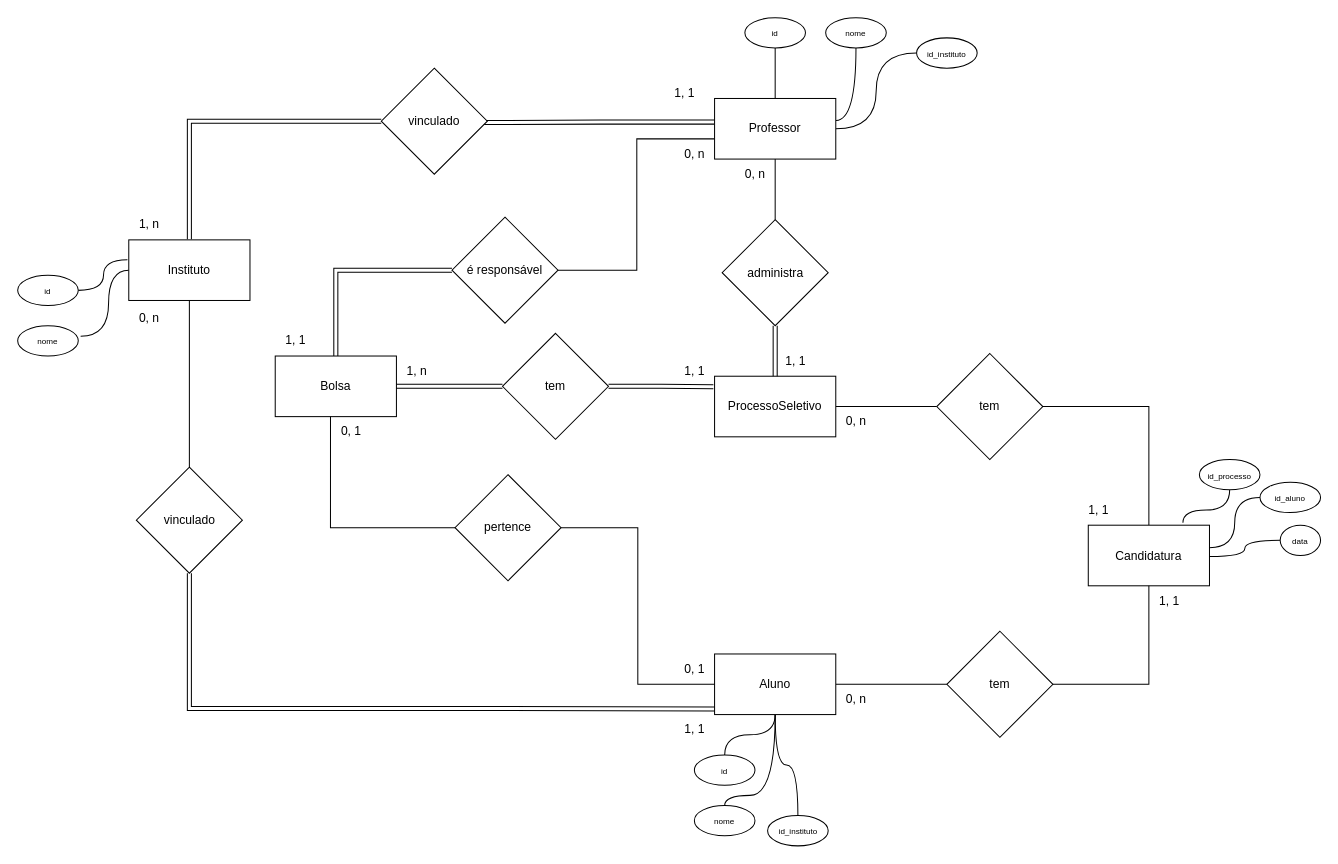
Earlier version of the draw.io diagram Diagrama sem nome.drawio (malucsta/gerenciamento-de-bolsas). Source tidied: cells renumbered, new cells numbered last; positions are measured from the earlier drawing's top-left corner, leaving out a move shared by most shapes. Both pictures are drawn from the tidied source at 101%, with x=0, y=0 at pixel (17, 17).
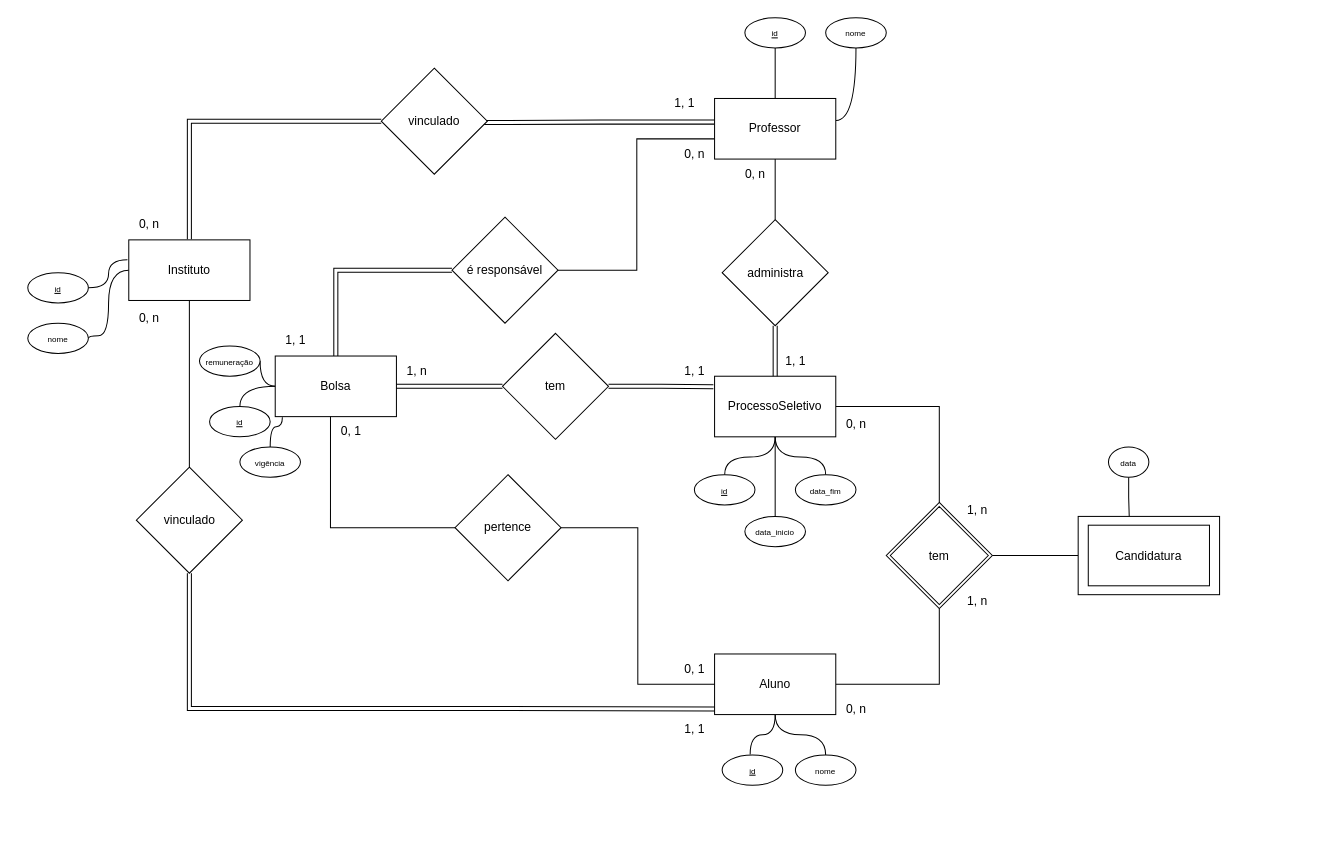
Above is the later version.

Unchanged cells that the change refers to:
```xml
<mxCell id="4" value="Bolsa" style="rounded=0;whiteSpace=wrap;html=1;" parent="1" vertex="1">
  <mxGeometry x="255" y="335" width="120" height="60" as="geometry" />
</mxCell>
<mxCell id="7" value="ProcessoSeletivo" style="rounded=0;whiteSpace=wrap;html=1;" parent="1" vertex="1">
  <mxGeometry x="690" y="355" width="120" height="60" as="geometry" />
</mxCell>
<mxCell id="15" value="Aluno" style="rounded=0;whiteSpace=wrap;html=1;comic=0;fixDash=0;glass=0;shadow=0;" parent="1" vertex="1">
  <mxGeometry x="690" y="630" width="120" height="60" as="geometry" />
</mxCell>
<mxCell id="26" value="Professor" style="rounded=0;whiteSpace=wrap;html=1;" parent="1" vertex="1">
  <mxGeometry x="690" y="80" width="120" height="60" as="geometry" />
</mxCell>
<mxCell id="33" value="Instituto" style="rounded=0;whiteSpace=wrap;html=1;comic=0;jiggle=100;" parent="1" vertex="1">
  <mxGeometry x="110" y="220" width="120" height="60" as="geometry" />
</mxCell>
<mxCell id="46" value="Candidatura" style="rounded=0;whiteSpace=wrap;html=1;" parent="1" vertex="1">
  <mxGeometry x="1060" y="502.5" width="120" height="60" as="geometry" />
</mxCell>
```

What changed in the source:
```diff
@@
+    <mxCell id="70" style="edgeStyle=orthogonalEdgeStyle;rounded=0;jettySize=auto;html=1;entryX=1;entryY=0.5;entryDx=0;entryDy=0;endArrow=none;endFill=0;" parent="1" edge="1" source="71" target="47">
+      <mxGeometry relative="1" as="geometry" />
+    </mxCell>
+    <mxCell id="71" style="rounded=0;whiteSpace=wrap;html=1;" parent="1" vertex="1">
+      <mxGeometry x="1050" y="493.8" width="140" height="77.5" as="geometry" />
+    </mxCell>
@@
+    <mxCell id="72" style="edgeStyle=orthogonalEdgeStyle;rounded=0;jettySize=auto;html=1;entryX=0.5;entryY=0;entryDx=0;entryDy=0;endArrow=none;endFill=0;curved=1;" parent="1" edge="1" source="4" target="79">
+      <mxGeometry relative="1" as="geometry" />
+    </mxCell>
@@
-    <mxCell id="5" style="edgeStyle=orthogonalEdgeStyle;rounded=0;jettySize=auto;html=1;entryX=0.5;entryY=0;entryDx=0;entryDy=0;endArrow=none;endFill=0;" parent="1" edge="1" source="47" target="46">
-      <mxGeometry relative="1" as="geometry">
-        <Array as="points">
-          <mxPoint x="1120" y="385" />
-        </Array>
-      </mxGeometry>
-    </mxCell>
+    <mxCell id="73" style="edgeStyle=orthogonalEdgeStyle;rounded=0;jettySize=auto;html=1;entryX=0.5;entryY=0;entryDx=0;entryDy=0;curved=1;endArrow=none;endFill=0;" parent="1" edge="1" source="7" target="78">
+      <mxGeometry relative="1" as="geometry" />
+    </mxCell>
-    <mxCell id="6" style="edgeStyle=orthogonalEdgeStyle;rounded=0;jettySize=auto;html=1;entryX=0;entryY=0.5;entryDx=0;entryDy=0;endArrow=none;endFill=0;" parent="1" edge="1" source="7" target="47">
+    <mxCell id="6" style="edgeStyle=orthogonalEdgeStyle;rounded=0;jettySize=auto;html=1;endArrow=none;endFill=0;" parent="1" edge="1" source="7" target="47">
       <mxGeometry relative="1" as="geometry" />
     </mxCell>
+    <mxCell id="74" style="edgeStyle=orthogonalEdgeStyle;rounded=0;jettySize=auto;html=1;exitX=0.5;exitY=1;exitDx=0;exitDy=0;entryX=0.5;entryY=0;entryDx=0;entryDy=0;endArrow=none;endFill=0;curved=1;" parent="1" edge="1" source="7" target="80">
+      <mxGeometry relative="1" as="geometry" />
+    </mxCell>
+    <mxCell id="75" style="edgeStyle=orthogonalEdgeStyle;rounded=0;jettySize=auto;html=1;entryX=0.5;entryY=0;entryDx=0;entryDy=0;endArrow=none;endFill=0;" parent="1" edge="1" source="7" target="81">
+      <mxGeometry relative="1" as="geometry" />
+    </mxCell>
@@
-    <mxCell id="11" style="edgeStyle=orthogonalEdgeStyle;rounded=0;jettySize=auto;html=1;exitX=1;exitY=0.5;exitDx=0;exitDy=0;endArrow=none;endFill=0;" parent="1" edge="1" source="15" target="49">
-      <mxGeometry relative="1" as="geometry" />
-    </mxCell>
+    <mxCell id="76" style="edgeStyle=orthogonalEdgeStyle;rounded=0;jettySize=auto;html=1;entryX=0.5;entryY=1;entryDx=0;entryDy=0;endArrow=none;endFill=0;" parent="1" edge="1" source="15" target="47">
+      <mxGeometry relative="1" as="geometry" />
+    </mxCell>
+    <mxCell id="13" style="edgeStyle=orthogonalEdgeStyle;rounded=0;jettySize=auto;html=1;exitX=0.5;exitY=1;exitDx=0;exitDy=0;entryX=0.5;entryY=0;entryDx=0;entryDy=0;endArrow=none;endFill=0;curved=1;" parent="1" edge="1" source="15" target="61">
+      <mxGeometry relative="1" as="geometry" />
+    </mxCell>
-    <mxCell id="12" style="edgeStyle=orthogonalEdgeStyle;rounded=0;jettySize=auto;html=1;entryX=0.5;entryY=0;entryDx=0;entryDy=0;curved=1;endArrow=none;endFill=0;" parent="1" edge="1" source="15" target="60">
-      <mxGeometry relative="1" as="geometry">
-        <Array as="points">
-          <mxPoint x="750" y="710" />
-          <mxPoint x="700" y="710" />
-        </Array>
-      </mxGeometry>
+    <mxCell id="12" style="edgeStyle=orthogonalEdgeStyle;rounded=0;jettySize=auto;html=1;entryX=0.462;entryY=-0.013;entryDx=0;entryDy=0;entryPerimeter=0;curved=1;endArrow=none;endFill=0;" parent="1" edge="1" source="15" target="60">
+      <mxGeometry relative="1" as="geometry" />
     </mxCell>
-    <mxCell id="13" style="edgeStyle=orthogonalEdgeStyle;rounded=0;jettySize=auto;html=1;entryX=0.5;entryY=0;entryDx=0;entryDy=0;curved=1;endArrow=none;endFill=0;" parent="1" edge="1" source="15" target="61">
-      <mxGeometry relative="1" as="geometry">
-        <Array as="points">
-          <mxPoint x="750" y="770" />
-          <mxPoint x="700" y="770" />
-        </Array>
-      </mxGeometry>
-    </mxCell>
-    <mxCell id="14" style="edgeStyle=orthogonalEdgeStyle;rounded=0;jettySize=auto;html=1;entryX=0.5;entryY=0;entryDx=0;entryDy=0;curved=1;endArrow=none;endFill=0;" parent="1" edge="1" source="15" target="69">
-      <mxGeometry relative="1" as="geometry" />
-    </mxCell>
@@
-    <mxCell id="25" style="edgeStyle=orthogonalEdgeStyle;rounded=0;jettySize=auto;html=1;exitX=1;exitY=0.5;exitDx=0;exitDy=0;entryX=0;entryY=0.5;entryDx=0;entryDy=0;endArrow=none;endFill=0;curved=1;" parent="1" edge="1" source="26" target="68">
-      <mxGeometry relative="1" as="geometry" />
-    </mxCell>
@@
-    <mxCell id="32" style="edgeStyle=orthogonalEdgeStyle;rounded=0;jettySize=auto;html=1;entryX=1.039;entryY=0.344;entryDx=0;entryDy=0;entryPerimeter=0;curved=1;endArrow=none;endFill=0;" parent="1" edge="1" source="33" target="64">
+    <mxCell id="32" style="edgeStyle=orthogonalEdgeStyle;rounded=0;jettySize=auto;html=1;entryX=1;entryY=0.5;entryDx=0;entryDy=0;curved=1;endArrow=none;endFill=0;" parent="1" edge="1" source="33" target="64">
       <mxGeometry relative="1" as="geometry">
         <Array as="points">
           <mxPoint x="90" y="250" />
           <mxPoint x="90" y="315" />
+          <mxPoint x="70" y="315" />
         </Array>
       </mxGeometry>
     </mxCell>
@@
-    <mxCell id="40" value="1, n" style="text;html=1;align=center;verticalAlign=middle;strokeColor=none;fillColor=none;" parent="1" vertex="1">
+    <mxCell id="40" value="0, n" style="text;html=1;align=center;verticalAlign=middle;strokeColor=none;fillColor=none;" parent="1" vertex="1">
       <mxGeometry x="110" y="190" width="40" height="30" as="geometry" />
     </mxCell>
     <mxCell id="41" value="1, 1" style="text;html=1;align=center;verticalAlign=middle;strokeColor=none;fillColor=none;" parent="1" vertex="1">
-      <mxGeometry x="640" y="60" width="40" height="30" as="geometry" />
+      <mxGeometry x="640" y="70" width="40" height="30" as="geometry" />
     </mxCell>
@@
-    <mxCell id="47" value="tem" style="rhombus;whiteSpace=wrap;html=1;" parent="1" vertex="1">
-      <mxGeometry x="910" y="332.5" width="105" height="105" as="geometry" />
+    <mxCell id="47" value="tem" style="rhombus;whiteSpace=wrap;html=1;double=1;" parent="1" vertex="1">
+      <mxGeometry x="860" y="480" width="105" height="105" as="geometry" />
     </mxCell>
-    <mxCell id="48" style="edgeStyle=orthogonalEdgeStyle;rounded=0;jettySize=auto;html=1;endArrow=none;endFill=0;" parent="1" edge="1" source="49" target="46">
-      <mxGeometry relative="1" as="geometry" />
-    </mxCell>
-    <mxCell id="49" value="tem" style="rhombus;whiteSpace=wrap;html=1;" parent="1" vertex="1">
-      <mxGeometry x="920" y="607.5" width="105" height="105" as="geometry" />
-    </mxCell>
     <mxCell id="50" value="0, n" style="text;html=1;align=center;verticalAlign=middle;strokeColor=none;fillColor=none;" parent="1" vertex="1">
-      <mxGeometry x="810" y="385" width="40" height="30" as="geometry" />
+      <mxGeometry x="810" y="387.5" width="40" height="30" as="geometry" />
     </mxCell>
-    <mxCell id="51" value="1, 1" style="text;html=1;align=center;verticalAlign=middle;strokeColor=none;fillColor=none;" parent="1" vertex="1">
-      <mxGeometry x="1050" y="472.5" width="40" height="30" as="geometry" />
+    <mxCell id="51" value="1, n" style="text;html=1;align=center;verticalAlign=middle;strokeColor=none;fillColor=none;" parent="1" vertex="1">
+      <mxGeometry x="930" y="472.5" width="40" height="30" as="geometry" />
     </mxCell>
-    <mxCell id="52" value="1, 1" style="text;html=1;align=center;verticalAlign=middle;strokeColor=none;fillColor=none;" parent="1" vertex="1">
-      <mxGeometry x="1120" y="562.5" width="40" height="30" as="geometry" />
+    <mxCell id="52" value="1, n" style="text;html=1;align=center;verticalAlign=middle;strokeColor=none;fillColor=none;" parent="1" vertex="1">
+      <mxGeometry x="930" y="562.5" width="40" height="30" as="geometry" />
     </mxCell>
     <mxCell id="53" value="0, n" style="text;html=1;align=center;verticalAlign=middle;strokeColor=none;fillColor=none;" parent="1" vertex="1">
-      <mxGeometry x="810" y="660" width="40" height="30" as="geometry" />
+      <mxGeometry x="810" y="670" width="40" height="30" as="geometry" />
     </mxCell>
-    <mxCell id="54" style="edgeStyle=orthogonalEdgeStyle;rounded=0;jettySize=auto;html=1;entryX=0.781;entryY=-0.04;entryDx=0;entryDy=0;entryPerimeter=0;curved=1;endArrow=none;endFill=0;" parent="1" edge="1" source="55" target="46">
-      <mxGeometry relative="1" as="geometry" />
-    </mxCell>
-    <mxCell id="55" value="&lt;font style=&quot;font-size: 8px;&quot;&gt;id_processo&lt;/font&gt;" style="ellipse;whiteSpace=wrap;html=1;" parent="1" vertex="1">
-      <mxGeometry x="1170" y="437.5" width="60" height="30" as="geometry" />
-    </mxCell>
-    <mxCell id="56" style="edgeStyle=orthogonalEdgeStyle;rounded=0;jettySize=auto;html=1;entryX=0.998;entryY=0.372;entryDx=0;entryDy=0;entryPerimeter=0;curved=1;endArrow=none;endFill=0;" parent="1" edge="1" source="57" target="46">
-      <mxGeometry relative="1" as="geometry" />
-    </mxCell>
-    <mxCell id="57" value="&lt;font style=&quot;font-size: 8px;&quot;&gt;id_aluno&lt;/font&gt;" style="ellipse;whiteSpace=wrap;html=1;" parent="1" vertex="1">
-      <mxGeometry x="1230" y="460" width="60" height="30" as="geometry" />
-    </mxCell>
-    <mxCell id="58" style="edgeStyle=orthogonalEdgeStyle;rounded=0;jettySize=auto;html=1;entryX=0.998;entryY=0.515;entryDx=0;entryDy=0;entryPerimeter=0;endArrow=none;endFill=0;curved=1;" parent="1" edge="1" source="59" target="46">
-      <mxGeometry relative="1" as="geometry" />
-    </mxCell>
+    <mxCell id="77" style="edgeStyle=orthogonalEdgeStyle;rounded=0;jettySize=auto;html=1;entryX=0.361;entryY=-0.003;entryDx=0;entryDy=0;entryPerimeter=0;endArrow=none;endFill=0;" parent="1" edge="1" source="59" target="71">
+      <mxGeometry relative="1" as="geometry" />
+    </mxCell>
     <mxCell id="59" value="&lt;font style=&quot;font-size: 8px;&quot;&gt;data&lt;/font&gt;" style="ellipse;whiteSpace=wrap;html=1;" parent="1" vertex="1">
-      <mxGeometry x="1250" y="502.5" width="40" height="30" as="geometry" />
+      <mxGeometry x="1080" y="425" width="40" height="30" as="geometry" />
     </mxCell>
-    <mxCell id="60" value="&lt;font style=&quot;font-size: 8px;&quot;&gt;id&lt;/font&gt;" style="ellipse;whiteSpace=wrap;html=1;" parent="1" vertex="1">
-      <mxGeometry x="670" y="730" width="60" height="30" as="geometry" />
+    <mxCell id="60" value="&lt;font style=&quot;font-size: 8px;&quot;&gt;&lt;u&gt;id&lt;/u&gt;&lt;/font&gt;" style="ellipse;whiteSpace=wrap;html=1;" parent="1" vertex="1">
+      <mxGeometry x="697.5" y="730" width="60" height="30" as="geometry" />
     </mxCell>
     <mxCell id="61" value="&lt;font style=&quot;font-size: 8px;&quot;&gt;nome&lt;/font&gt;" style="ellipse;whiteSpace=wrap;html=1;" parent="1" vertex="1">
-      <mxGeometry x="670" y="780" width="60" height="30" as="geometry" />
+      <mxGeometry x="770" y="730" width="60" height="30" as="geometry" />
     </mxCell>
@@
-    <mxCell id="63" value="&lt;font style=&quot;font-size: 8px;&quot;&gt;id&lt;/font&gt;" style="ellipse;whiteSpace=wrap;html=1;" parent="1" vertex="1">
-      <mxGeometry y="255" width="60" height="30" as="geometry" />
+    <mxCell id="63" value="&lt;font style=&quot;font-size: 8px;&quot;&gt;&lt;u&gt;id&lt;/u&gt;&lt;/font&gt;" style="ellipse;whiteSpace=wrap;html=1;" parent="1" vertex="1">
+      <mxGeometry x="10" y="252.5" width="60" height="30" as="geometry" />
     </mxCell>
     <mxCell id="64" value="&lt;font style=&quot;font-size: 8px;&quot;&gt;nome&lt;/font&gt;" style="ellipse;whiteSpace=wrap;html=1;" parent="1" vertex="1">
-      <mxGeometry y="305" width="60" height="30" as="geometry" />
+      <mxGeometry x="10" y="302.5" width="60" height="30" as="geometry" />
     </mxCell>
-    <mxCell id="65" value="&lt;font style=&quot;font-size: 8px;&quot;&gt;id&lt;/font&gt;" style="ellipse;whiteSpace=wrap;html=1;" parent="1" vertex="1">
+    <mxCell id="65" value="&lt;font style=&quot;font-size: 8px;&quot;&gt;&lt;u&gt;id&lt;/u&gt;&lt;/font&gt;" style="ellipse;whiteSpace=wrap;html=1;" parent="1" vertex="1">
       <mxGeometry x="720" width="60" height="30" as="geometry" />
     </mxCell>
@@
-    <mxCell id="68" value="&lt;font style=&quot;font-size: 8px;&quot;&gt;id_instituto&lt;/font&gt;" style="ellipse;whiteSpace=wrap;html=1;" parent="1" vertex="1">
-      <mxGeometry x="890" y="20" width="60" height="30" as="geometry" />
-    </mxCell>
-    <mxCell id="69" value="&lt;font style=&quot;font-size: 8px;&quot;&gt;id_instituto&lt;/font&gt;" style="ellipse;whiteSpace=wrap;html=1;" parent="1" vertex="1">
-      <mxGeometry x="742.5" y="790" width="60" height="30" as="geometry" />
-    </mxCell>
+    <mxCell id="78" value="&lt;font style=&quot;font-size: 8px;&quot;&gt;&lt;u&gt;id&lt;/u&gt;&lt;/font&gt;" style="ellipse;whiteSpace=wrap;html=1;" parent="1" vertex="1">
+      <mxGeometry x="670" y="452.5" width="60" height="30" as="geometry" />
+    </mxCell>
+    <mxCell id="79" value="&lt;font style=&quot;font-size: 8px;&quot;&gt;&lt;u&gt;id&lt;/u&gt;&lt;/font&gt;" style="ellipse;whiteSpace=wrap;html=1;" parent="1" vertex="1">
+      <mxGeometry x="190" y="385" width="60" height="30" as="geometry" />
+    </mxCell>
+    <mxCell id="80" value="&lt;font style=&quot;font-size: 8px;&quot;&gt;data_fim&lt;/font&gt;" style="ellipse;whiteSpace=wrap;html=1;" parent="1" vertex="1">
+      <mxGeometry x="770" y="452.5" width="60" height="30" as="geometry" />
+    </mxCell>
+    <mxCell id="81" value="&lt;font style=&quot;font-size: 8px;&quot;&gt;data_inicio&lt;/font&gt;" style="ellipse;whiteSpace=wrap;html=1;" parent="1" vertex="1">
+      <mxGeometry x="720" y="493.8" width="60" height="30" as="geometry" />
+    </mxCell>
+    <mxCell id="82" style="edgeStyle=orthogonalEdgeStyle;rounded=0;jettySize=auto;html=1;entryX=0.059;entryY=1.009;entryDx=0;entryDy=0;entryPerimeter=0;endArrow=none;endFill=0;curved=1;" parent="1" edge="1" source="83" target="4">
+      <mxGeometry relative="1" as="geometry" />
+    </mxCell>
+    <mxCell id="83" value="&lt;font style=&quot;font-size: 8px;&quot;&gt;vigência&lt;/font&gt;" style="ellipse;whiteSpace=wrap;html=1;" parent="1" vertex="1">
+      <mxGeometry x="220" y="425" width="60" height="30" as="geometry" />
+    </mxCell>
+    <mxCell id="84" style="edgeStyle=orthogonalEdgeStyle;rounded=0;jettySize=auto;html=1;entryX=0;entryY=0.5;entryDx=0;entryDy=0;curved=1;endArrow=none;endFill=0;" parent="1" edge="1" source="85" target="4">
+      <mxGeometry relative="1" as="geometry">
+        <Array as="points">
+          <mxPoint x="240" y="365" />
+        </Array>
+      </mxGeometry>
+    </mxCell>
+    <mxCell id="85" value="&lt;font style=&quot;font-size: 8px;&quot;&gt;remuneração&lt;/font&gt;" style="ellipse;whiteSpace=wrap;html=1;" parent="1" vertex="1">
+      <mxGeometry x="180" y="325" width="60" height="30" as="geometry" />
+    </mxCell>
```
